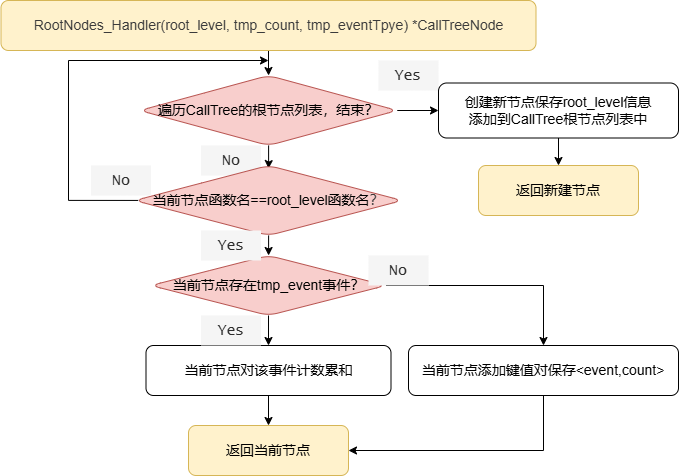
The draw.io diagram RootNodes_Handler.drawio.png in Dong-J93/os_pic2024, before a commit. Source tidied: cells renumbered, new cells last; positions are measured from the earlier drawing's top-left corner, leaving out a move shared by most shapes.
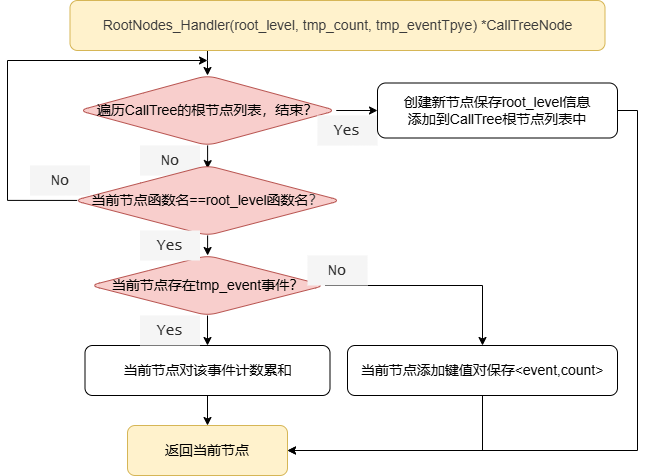
The same diagram one commit later.

The edit, as a diff of the source:
```diff
@@ -3,10 +3,15 @@
     <mxCell id="0" />
     <mxCell id="1" parent="0" />
     <mxCell id="2" style="edgeStyle=orthogonalEdgeStyle;rounded=0;jettySize=auto;html=1;" parent="1" edge="1" source="3" target="6">
-      <mxGeometry relative="1" as="geometry" />
+      <mxGeometry relative="1" as="geometry">
+        <Array as="points">
+          <mxPoint x="268" y="60" />
+          <mxPoint x="268" y="60" />
+        </Array>
+      </mxGeometry>
     </mxCell>
     <mxCell id="3" value="&lt;div style=&quot;color: rgb(59, 59, 59); line-height: 27px; white-space: pre;&quot;&gt;&lt;font face=&quot;Helvetica&quot; style=&quot;font-size: 14px;&quot;&gt;RootNodes_Handler(root_level, tmp_count, tmp_eventTpye) *CallTreeNode&lt;/font&gt;&lt;/div&gt;" style="rounded=1;whiteSpace=wrap;html=1;fillColor=#fff2cc;strokeColor=#d6b656;" parent="1" vertex="1">
-      <mxGeometry x="0.5" width="535" height="50" as="geometry" />
+      <mxGeometry x="130.5" width="535" height="50" as="geometry" />
     </mxCell>
     <mxCell id="4" style="edgeStyle=orthogonalEdgeStyle;rounded=0;jettySize=auto;html=1;" parent="1" edge="1" source="6" target="25">
       <mxGeometry relative="1" as="geometry" />
@@ -21,7 +26,7 @@
       <mxGeometry x="200.5" y="145" width="60" height="30" as="geometry" />
     </mxCell>
     <mxCell id="8" value="&lt;font face=&quot;Lucida Console&quot; color=&quot;#2e2e2e&quot;&gt;&lt;span style=&quot;font-size: 15px;&quot;&gt;Yes&lt;/span&gt;&lt;/font&gt;" style="text;html=1;align=center;verticalAlign=middle;whiteSpace=wrap;rounded=0;fontColor=#333333;fillColor=#f5f5f5;strokeColor=none;" parent="1" vertex="1">
-      <mxGeometry x="378" y="60" width="60" height="30" as="geometry" />
+      <mxGeometry x="378" y="115" width="60" height="30" as="geometry" />
     </mxCell>
     <mxCell id="9" value="&lt;pre&gt;&lt;font face=&quot;Helvetica&quot;&gt;&lt;span style=&quot;font-size: 14px;&quot;&gt;返回当前节点&lt;/span&gt;&lt;/font&gt;&lt;/pre&gt;" style="rounded=1;whiteSpace=wrap;html=1;fillColor=#fff2cc;strokeColor=#d6b656;" parent="1" vertex="1">
       <mxGeometry x="188" y="425" width="160" height="50" as="geometry" />
@@ -74,11 +79,15 @@
     <mxCell id="23" value="&lt;font face=&quot;Lucida Console&quot; color=&quot;#2e2e2e&quot;&gt;&lt;span style=&quot;font-size: 15px;&quot;&gt;No&lt;/span&gt;&lt;/font&gt;" style="text;html=1;align=center;verticalAlign=middle;whiteSpace=wrap;rounded=0;fontColor=#333333;fillColor=#f5f5f5;strokeColor=none;" parent="1" vertex="1">
       <mxGeometry x="90.5" y="165" width="60" height="30" as="geometry" />
     </mxCell>
-    <mxCell id="24" style="edgeStyle=orthogonalEdgeStyle;rounded=0;jettySize=auto;html=1;" parent="1" edge="1" source="25">
-      <mxGeometry relative="1" as="geometry">
-        <mxPoint x="558" y="165" as="targetPoint" />
-      </mxGeometry>
-    </mxCell>
+    <mxCell id="26" style="edgeStyle=orthogonalEdgeStyle;rounded=0;jettySize=auto;html=1;exitX=1;exitY=0.5;exitDx=0;exitDy=0;" parent="1" edge="1" source="25">
+      <mxGeometry relative="1" as="geometry">
+        <mxPoint x="348" y="450" as="targetPoint" />
+        <Array as="points">
+          <mxPoint x="698" y="110" />
+          <mxPoint x="698" y="450" />
+        </Array>
+      </mxGeometry>
+    </mxCell>
     <mxCell id="25" value="&lt;p&gt;&lt;font face=&quot;Helvetica&quot; style=&quot;font-size: 14px;&quot;&gt;创建新节点保存root_level信息&lt;br&gt;&lt;/font&gt;&lt;font face=&quot;Helvetica&quot; style=&quot;font-size: 14px;&quot;&gt;添加到CallTree根节点列表中&lt;/font&gt;&lt;/p&gt;" style="rounded=1;whiteSpace=wrap;html=1;fillColor=none;" parent="1" vertex="1">
       <mxGeometry x="438" y="82.5" width="240" height="55" as="geometry" />
     </mxCell>
```
